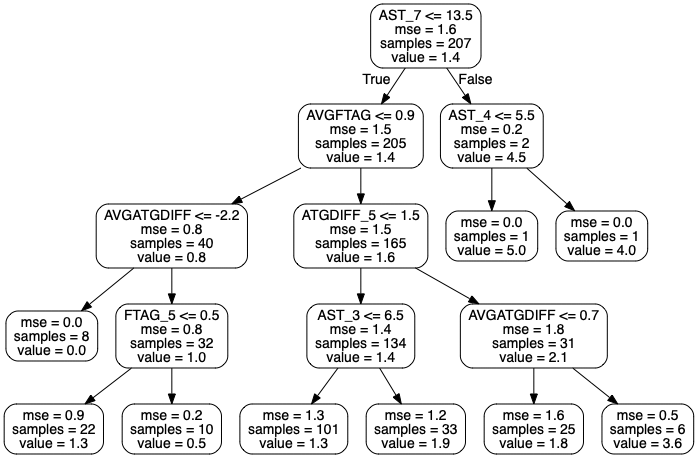
Above: small_tree_away.png in nichohelmut/bookie (Graphviz), before the change. Its source is kept beside it as small_tree_away.dot.
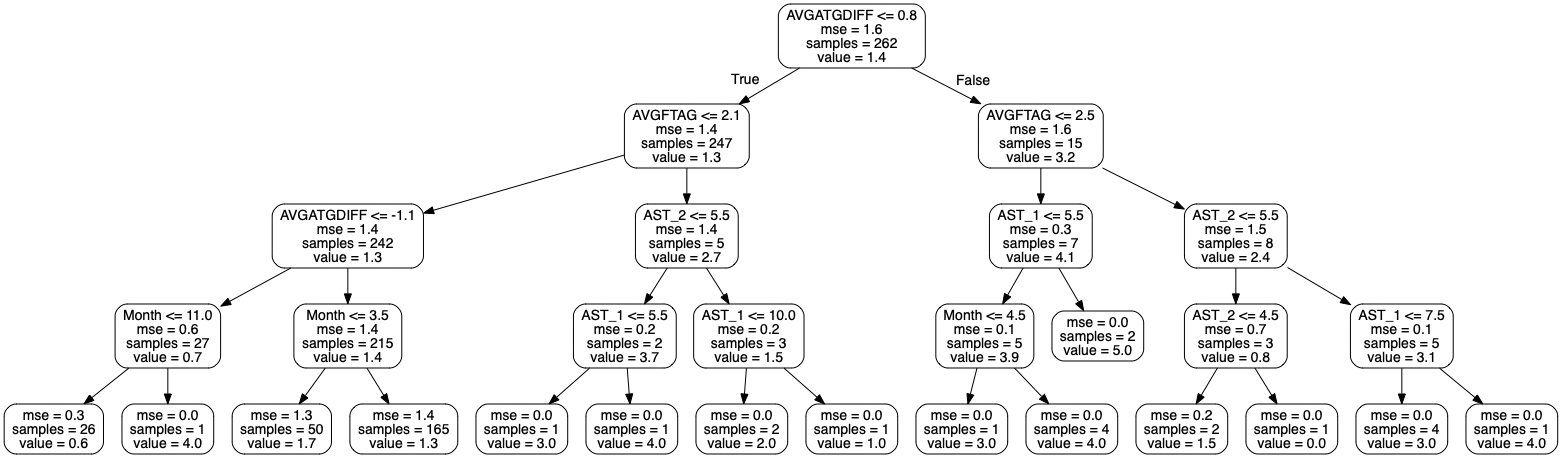
Later version of the same file.

The edit, as a diff of the source:
```diff
@@ -1,37 +1,61 @@
 digraph Tree {
 node [shape=box, style="rounded", color="black", fontname=helvetica] ;
 edge [fontname=helvetica] ;
-0 [label="AST_7 <= 13.5\nmse = 1.6\nsamples = 207\nvalue = 1.4"] ;
-1 [label="AVGFTAG <= 0.9\nmse = 1.5\nsamples = 205\nvalue = 1.4"] ;
+0 [label="AVGATGDIFF <= 0.8\nmse = 1.6\nsamples = 262\nvalue = 1.4"] ;
+1 [label="AVGFTAG <= 2.1\nmse = 1.4\nsamples = 247\nvalue = 1.3"] ;
 0 -> 1 [labeldistance=2.5, labelangle=45, headlabel="True"] ;
-2 [label="AVGATGDIFF <= -2.2\nmse = 0.8\nsamples = 40\nvalue = 0.8"] ;
+2 [label="AVGATGDIFF <= -1.1\nmse = 1.4\nsamples = 242\nvalue = 1.3"] ;
 1 -> 2 ;
-3 [label="mse = 0.0\nsamples = 8\nvalue = 0.0"] ;
+3 [label="Month <= 11.0\nmse = 0.6\nsamples = 27\nvalue = 0.7"] ;
 2 -> 3 ;
-4 [label="FTAG_5 <= 0.5\nmse = 0.8\nsamples = 32\nvalue = 1.0"] ;
-2 -> 4 ;
-5 [label="mse = 0.9\nsamples = 22\nvalue = 1.3"] ;
-4 -> 5 ;
-6 [label="mse = 0.2\nsamples = 10\nvalue = 0.5"] ;
-4 -> 6 ;
-7 [label="ATGDIFF_5 <= 1.5\nmse = 1.5\nsamples = 165\nvalue = 1.6"] ;
-1 -> 7 ;
-8 [label="AST_3 <= 6.5\nmse = 1.4\nsamples = 134\nvalue = 1.4"] ;
-7 -> 8 ;
-9 [label="mse = 1.3\nsamples = 101\nvalue = 1.3"] ;
-8 -> 9 ;
-10 [label="mse = 1.2\nsamples = 33\nvalue = 1.9"] ;
-8 -> 10 ;
-11 [label="AVGATGDIFF <= 0.7\nmse = 1.8\nsamples = 31\nvalue = 2.1"] ;
-7 -> 11 ;
-12 [label="mse = 1.6\nsamples = 25\nvalue = 1.8"] ;
-11 -> 12 ;
-13 [label="mse = 0.5\nsamples = 6\nvalue = 3.6"] ;
-11 -> 13 ;
-14 [label="AST_4 <= 5.5\nmse = 0.2\nsamples = 2\nvalue = 4.5"] ;
-0 -> 14 [labeldistance=2.5, labelangle=-45, headlabel="False"] ;
-15 [label="mse = 0.0\nsamples = 1\nvalue = 5.0"] ;
-14 -> 15 ;
-16 [label="mse = 0.0\nsamples = 1\nvalue = 4.0"] ;
-14 -> 16 ;
+4 [label="mse = 0.3\nsamples = 26\nvalue = 0.6"] ;
+3 -> 4 ;
+5 [label="mse = 0.0\nsamples = 1\nvalue = 4.0"] ;
+3 -> 5 ;
+6 [label="Month <= 3.5\nmse = 1.4\nsamples = 215\nvalue = 1.4"] ;
+2 -> 6 ;
+7 [label="mse = 1.3\nsamples = 50\nvalue = 1.7"] ;
+6 -> 7 ;
+8 [label="mse = 1.4\nsamples = 165\nvalue = 1.3"] ;
+6 -> 8 ;
+9 [label="AST_2 <= 5.5\nmse = 1.4\nsamples = 5\nvalue = 2.7"] ;
+1 -> 9 ;
+10 [label="AST_1 <= 5.5\nmse = 0.2\nsamples = 2\nvalue = 3.7"] ;
+9 -> 10 ;
+11 [label="mse = 0.0\nsamples = 1\nvalue = 3.0"] ;
+10 -> 11 ;
+12 [label="mse = 0.0\nsamples = 1\nvalue = 4.0"] ;
+10 -> 12 ;
+13 [label="AST_1 <= 10.0\nmse = 0.2\nsamples = 3\nvalue = 1.5"] ;
+9 -> 13 ;
+14 [label="mse = 0.0\nsamples = 2\nvalue = 2.0"] ;
+13 -> 14 ;
+15 [label="mse = 0.0\nsamples = 1\nvalue = 1.0"] ;
+13 -> 15 ;
+16 [label="AVGFTAG <= 2.5\nmse = 1.6\nsamples = 15\nvalue = 3.2"] ;
+0 -> 16 [labeldistance=2.5, labelangle=-45, headlabel="False"] ;
+17 [label="AST_1 <= 5.5\nmse = 0.3\nsamples = 7\nvalue = 4.1"] ;
+16 -> 17 ;
+18 [label="Month <= 4.5\nmse = 0.1\nsamples = 5\nvalue = 3.9"] ;
+17 -> 18 ;
+19 [label="mse = 0.0\nsamples = 1\nvalue = 3.0"] ;
+18 -> 19 ;
+20 [label="mse = 0.0\nsamples = 4\nvalue = 4.0"] ;
+18 -> 20 ;
+21 [label="mse = 0.0\nsamples = 2\nvalue = 5.0"] ;
+17 -> 21 ;
+22 [label="AST_2 <= 5.5\nmse = 1.5\nsamples = 8\nvalue = 2.4"] ;
+16 -> 22 ;
+23 [label="AST_2 <= 4.5\nmse = 0.7\nsamples = 3\nvalue = 0.8"] ;
+22 -> 23 ;
+24 [label="mse = 0.2\nsamples = 2\nvalue = 1.5"] ;
+23 -> 24 ;
+25 [label="mse = 0.0\nsamples = 1\nvalue = 0.0"] ;
+23 -> 25 ;
+26 [label="AST_1 <= 7.5\nmse = 0.1\nsamples = 5\nvalue = 3.1"] ;
+22 -> 26 ;
+27 [label="mse = 0.0\nsamples = 4\nvalue = 3.0"] ;
+26 -> 27 ;
+28 [label="mse = 0.0\nsamples = 1\nvalue = 4.0"] ;
+26 -> 28 ;
 }
```
